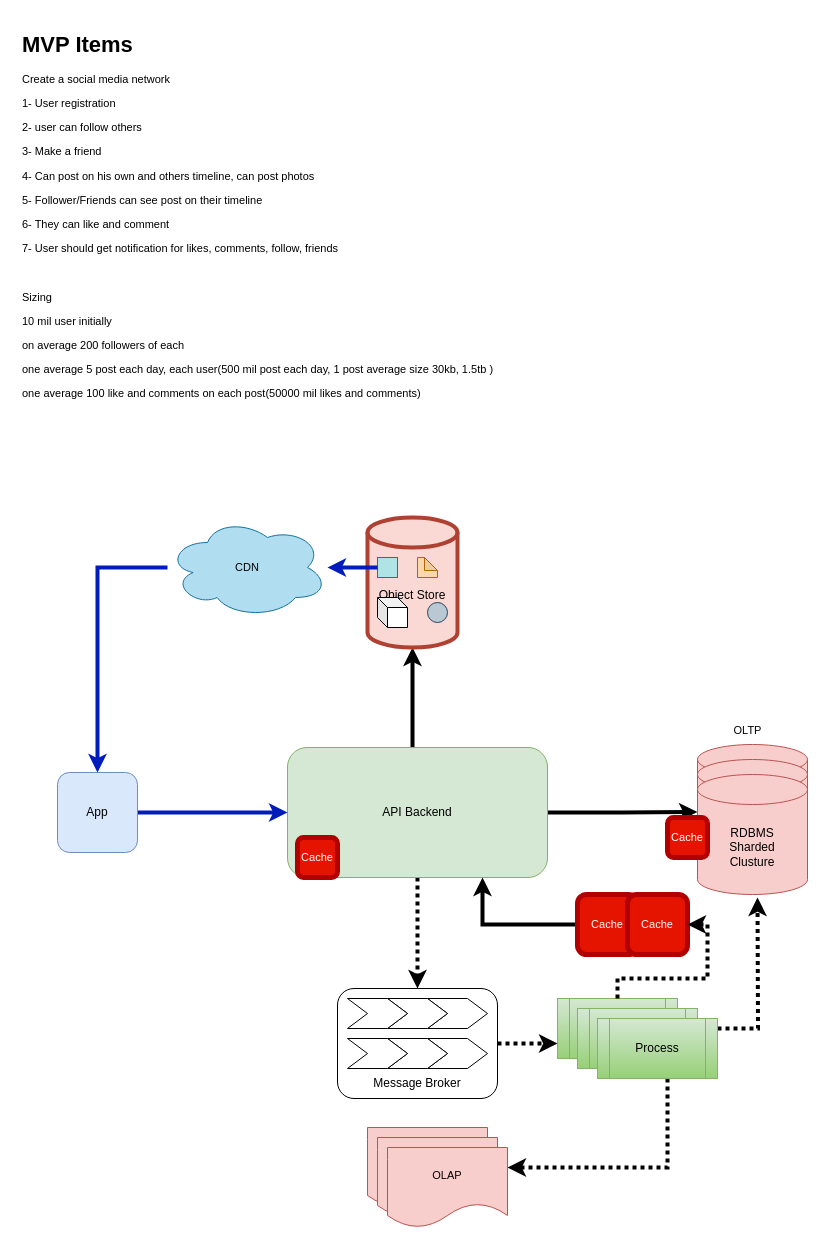
Above: page "HLD-Architecture" (1 of 8) of design/sns.drawio in sheelprabhakar/social-network (draw.io), before the change. Source tidied: cells renumbered, new cells numbered last; positions are measured from the earlier drawing's top-left corner, leaving out a move shared by most shapes. Both pictures are drawn from the tidied source at 100%, with x=0, y=0 at pixel (17, 27).
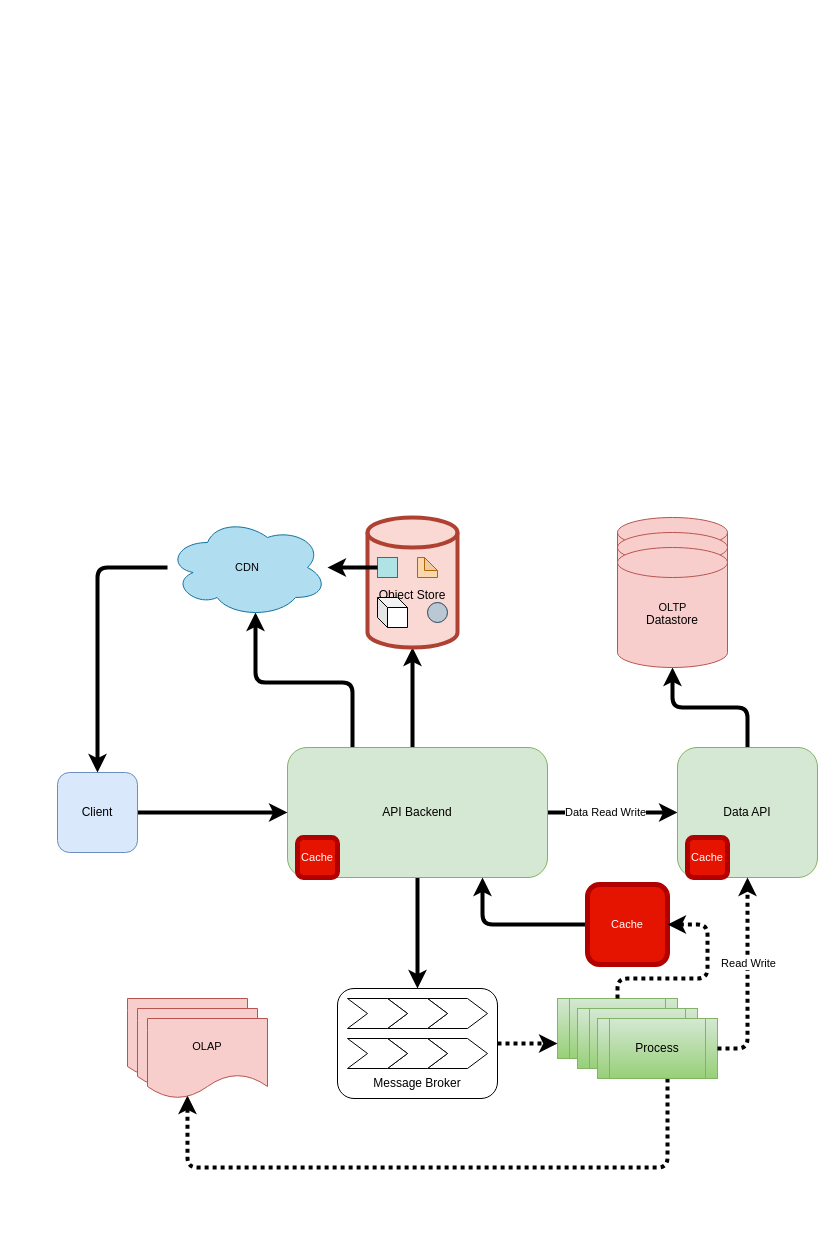
Above is the later version.

The change refers to these unchanged cells:
```xml
<mxCell id="6" value="API Backend" style="rounded=1;whiteSpace=wrap;html=1;fillColor=#d5e8d4;strokeColor=#82b366;" parent="1" vertex="1">
  <mxGeometry x="270" y="720" width="260" height="130" as="geometry" />
</mxCell>
<mxCell id="14" value="Object Store" style="shape=cylinder3;whiteSpace=wrap;html=1;boundedLbl=1;backgroundOutline=1;size=15;fillColor=#fad9d5;strokeColor=#ae4132;strokeWidth=4;" parent="13" vertex="1">
  <mxGeometry width="90" height="130" as="geometry" />
</mxCell>
<mxCell id="15" style="whiteSpace=wrap;html=1;fillColor=#b0e3e6;strokeColor=#0e8088;" parent="13" vertex="1">
  <mxGeometry x="10" y="40" width="20" height="20" as="geometry" />
</mxCell>
<mxCell id="20" style="rounded=1;whiteSpace=wrap;html=1;" parent="19" vertex="1">
  <mxGeometry width="160" height="110" as="geometry" />
</mxCell>
<mxCell id="31" style="group;" parent="1" vertex="1">
  <mxGeometry x="540" y="971" width="160" height="80" as="geometry" />
</mxCell>
<mxCell id="33" style="shape=process;whiteSpace=wrap;html=1;backgroundOutline=1;fillColor=#d5e8d4;gradientColor=#97d077;strokeColor=#82b366;" parent="31" vertex="1">
  <mxGeometry width="120" height="60" as="geometry" />
</mxCell>
<mxCell id="35" value="Process" style="shape=process;whiteSpace=wrap;html=1;backgroundOutline=1;fillColor=#d5e8d4;gradientColor=#97d077;strokeColor=#82b366;" parent="31" vertex="1">
  <mxGeometry x="40" y="20" width="120" height="60" as="geometry" />
</mxCell>
<mxCell id="40" value="OLAP" style="shape=document;whiteSpace=wrap;html=1;boundedLbl=1;fillColor=#f8cecc;strokeColor=#b85450;fontFamily=Helvetica;fontSize=11;fontColor=default;" parent="37" vertex="1">
  <mxGeometry x="20" y="20" width="120" height="80" as="geometry" />
</mxCell>
<mxCell id="42" value="CDN" style="ellipse;shape=cloud;whiteSpace=wrap;html=1;fillColor=#b1ddf0;strokeColor=#10739e;fontFamily=Helvetica;fontSize=11;fontColor=default;" parent="1" vertex="1">
  <mxGeometry x="150" y="490" width="160" height="100" as="geometry" />
</mxCell>
```

The edit, as a diff of the source:
```diff
@@
-    <mxCell id="2" style="edgeStyle=orthogonalEdgeStyle;rounded=0;jettySize=auto;html=1;entryX=0;entryY=0;entryDx=0;entryDy=37.5;entryPerimeter=0;strokeWidth=4;" parent="1" edge="1" source="6" target="12">
+    <mxCell id="2" style="edgeStyle=orthogonalEdgeStyle;rounded=1;jettySize=auto;html=1;entryX=0;entryY=0.5;entryDx=0;entryDy=0;strokeWidth=4;" parent="1" edge="1" source="6" target="55">
       <mxGeometry relative="1" as="geometry" />
     </mxCell>
+    <mxCell id="52" value="Data Read Write" style="edgeLabel;html=1;align=center;verticalAlign=middle;fontSize=11;fontFamily=Helvetica;fontColor=default;" parent="2" vertex="1">
+      <mxGeometry x="-0.12" y="1" relative="1" as="geometry" />
+    </mxCell>
-    <mxCell id="3" style="edgeStyle=orthogonalEdgeStyle;rounded=0;jettySize=auto;html=1;strokeWidth=4;dashed=1;dashPattern=1 1;" parent="1" edge="1" source="6" target="20">
+    <mxCell id="3" style="edgeStyle=orthogonalEdgeStyle;rounded=1;jettySize=auto;html=1;strokeWidth=4;" parent="1" edge="1" source="6" target="20">
       <mxGeometry relative="1" as="geometry" />
     </mxCell>
-    <mxCell id="4" style="edgeStyle=orthogonalEdgeStyle;shape=connector;rounded=0;jettySize=auto;html=1;entryX=0.5;entryY=1;entryDx=0;entryDy=0;entryPerimeter=0;labelBackgroundColor=default;strokeColor=default;strokeWidth=4;fontFamily=Helvetica;fontSize=11;fontColor=default;endArrow=classic;" parent="1" edge="1" source="6" target="14">
+    <mxCell id="4" style="edgeStyle=orthogonalEdgeStyle;shape=connector;rounded=1;jettySize=auto;html=1;entryX=0.5;entryY=1;entryDx=0;entryDy=0;entryPerimeter=0;labelBackgroundColor=default;strokeColor=default;strokeWidth=4;fontFamily=Helvetica;fontSize=11;fontColor=default;endArrow=classic;" parent="1" edge="1" source="6" target="14">
       <mxGeometry relative="1" as="geometry">
         <Array as="points">
           <mxPoint x="395" y="690" />
           <mxPoint x="395" y="690" />
         </Array>
       </mxGeometry>
     </mxCell>
-    <mxCell id="5" style="edgeStyle=orthogonalEdgeStyle;shape=connector;rounded=0;jettySize=auto;html=1;entryX=1;entryY=0.25;entryDx=0;entryDy=0;labelBackgroundColor=default;strokeColor=default;strokeWidth=4;fontFamily=Helvetica;fontSize=11;fontColor=default;endArrow=classic;dashed=1;dashPattern=1 1;" parent="1" edge="1" source="35" target="40">
+    <mxCell id="5" style="edgeStyle=orthogonalEdgeStyle;shape=connector;rounded=1;jettySize=auto;html=1;entryX=0.333;entryY=0.963;entryDx=0;entryDy=0;labelBackgroundColor=default;strokeColor=default;strokeWidth=4;fontFamily=Helvetica;fontSize=11;fontColor=default;endArrow=classic;dashed=1;dashPattern=1 1;entryPerimeter=0;" parent="1" edge="1" source="35" target="40">
       <mxGeometry relative="1" as="geometry">
         <Array as="points">
           <mxPoint x="650" y="1140" />
+          <mxPoint x="170" y="1140" />
         </Array>
       </mxGeometry>
     </mxCell>
+    <mxCell id="53" style="edgeStyle=orthogonalEdgeStyle;rounded=1;jettySize=auto;html=1;exitX=0.25;exitY=0;exitDx=0;exitDy=0;entryX=0.55;entryY=0.95;entryDx=0;entryDy=0;entryPerimeter=0;strokeWidth=4;" parent="1" edge="1" source="6" target="42">
+      <mxGeometry relative="1" as="geometry">
+        <Array as="points">
+          <mxPoint x="335" y="655" />
+          <mxPoint x="238" y="655" />
+        </Array>
+      </mxGeometry>
+    </mxCell>
@@
-    <mxCell id="7" style="edgeStyle=orthogonalEdgeStyle;rounded=0;jettySize=auto;html=1;entryX=0;entryY=0.5;entryDx=0;entryDy=0;strokeWidth=4;fillColor=#0050ef;strokeColor=#001DBC;" parent="1" edge="1" source="8" target="6">
+    <mxCell id="7" style="edgeStyle=orthogonalEdgeStyle;rounded=1;jettySize=auto;html=1;entryX=0;entryY=0.5;entryDx=0;entryDy=0;strokeWidth=4;fillColor=#0050ef;strokeColor=#000000;" parent="1" edge="1" source="8" target="6">
       <mxGeometry relative="1" as="geometry" />
     </mxCell>
-    <mxCell id="8" value="App" style="whiteSpace=wrap;html=1;rounded=1;fillColor=#dae8fc;strokeColor=#6c8ebf;" parent="1" vertex="1">
+    <mxCell id="8" value="Client" style="whiteSpace=wrap;html=1;rounded=1;fillColor=#dae8fc;strokeColor=#6c8ebf;" parent="1" vertex="1">
       <mxGeometry x="40" y="745" width="80" height="80" as="geometry" />
     </mxCell>
     <mxCell id="9" style="group;" parent="1" vertex="1">
-      <mxGeometry x="680" y="717" width="110" height="150" as="geometry" />
+      <mxGeometry x="600" y="490" width="110" height="150" as="geometry" />
     </mxCell>
@@
-    <mxCell id="12" value="RDBMS &lt;br&gt;Sharded&lt;br&gt;Clusture" style="shape=cylinder3;whiteSpace=wrap;html=1;boundedLbl=1;backgroundOutline=1;size=15;fillColor=#f8cecc;strokeColor=#b85450;" parent="9" vertex="1">
+    <mxCell id="12" value="Datastore" style="shape=cylinder3;whiteSpace=wrap;html=1;boundedLbl=1;backgroundOutline=1;size=15;fillColor=#f8cecc;strokeColor=#b85450;" parent="9" vertex="1">
       <mxGeometry y="30" width="110" height="120" as="geometry" />
     </mxCell>
+    <mxCell id="51" value="OLTP" style="text;html=1;align=center;verticalAlign=middle;strokeColor=none;fillColor=none;fontSize=11;fontFamily=Helvetica;fontColor=default;" parent="9" vertex="1">
+      <mxGeometry x="30" y="75" width="50" height="30" as="geometry" />
+    </mxCell>
@@
-    <mxCell id="32" style="edgeStyle=orthogonalEdgeStyle;shape=connector;rounded=0;jettySize=auto;html=1;labelBackgroundColor=default;strokeColor=default;strokeWidth=4;fontFamily=Helvetica;fontSize=11;fontColor=default;endArrow=classic;dashed=1;dashPattern=1 1;" parent="31" edge="1" source="33">
-      <mxGeometry relative="1" as="geometry">
-        <mxPoint x="200" y="-101" as="targetPoint" />
-      </mxGeometry>
-    </mxCell>
@@
-    <mxCell id="36" style="edgeStyle=orthogonalEdgeStyle;rounded=0;jettySize=auto;html=1;entryX=0;entryY=0.75;entryDx=0;entryDy=0;strokeWidth=4;dashed=1;dashPattern=1 1;" parent="1" edge="1" source="20" target="33">
+    <mxCell id="36" style="edgeStyle=orthogonalEdgeStyle;rounded=1;jettySize=auto;html=1;entryX=0;entryY=0.75;entryDx=0;entryDy=0;strokeWidth=4;dashed=1;dashPattern=1 1;" parent="1" edge="1" source="20" target="33">
       <mxGeometry relative="1" as="geometry" />
     </mxCell>
     <mxCell id="37" style="group;fontFamily=Helvetica;fontSize=11;fontColor=default;" parent="1" vertex="1">
-      <mxGeometry x="350" y="1100" width="140" height="100" as="geometry" />
+      <mxGeometry x="110" y="971" width="140" height="100" as="geometry" />
     </mxCell>
@@
-    <mxCell id="41" style="edgeStyle=orthogonalEdgeStyle;shape=connector;rounded=0;jettySize=auto;html=1;entryX=0.5;entryY=0;entryDx=0;entryDy=0;labelBackgroundColor=default;strokeColor=#001DBC;strokeWidth=4;fontFamily=Helvetica;fontSize=11;fontColor=default;endArrow=classic;fillColor=#0050ef;" parent="1" edge="1" source="42" target="8">
+    <mxCell id="41" style="edgeStyle=orthogonalEdgeStyle;shape=connector;rounded=1;jettySize=auto;html=1;entryX=0.5;entryY=0;entryDx=0;entryDy=0;labelBackgroundColor=default;strokeColor=#000000;strokeWidth=4;fontFamily=Helvetica;fontSize=11;fontColor=default;endArrow=classic;fillColor=#0050ef;" parent="1" edge="1" source="42" target="8">
       <mxGeometry relative="1" as="geometry" />
     </mxCell>
@@
-    <mxCell id="43" style="edgeStyle=orthogonalEdgeStyle;shape=connector;rounded=0;jettySize=auto;html=1;labelBackgroundColor=default;strokeColor=#001DBC;strokeWidth=4;fontFamily=Helvetica;fontSize=11;fontColor=default;endArrow=classic;fillColor=#0050ef;" parent="1" edge="1" source="15" target="42">
+    <mxCell id="43" style="edgeStyle=orthogonalEdgeStyle;shape=connector;rounded=1;jettySize=auto;html=1;labelBackgroundColor=default;strokeColor=#000000;strokeWidth=4;fontFamily=Helvetica;fontSize=11;fontColor=default;endArrow=classic;fillColor=#0050ef;" parent="1" edge="1" source="15" target="42">
       <mxGeometry relative="1" as="geometry" />
     </mxCell>
@@
-    <mxCell id="45" value="Cache" style="whiteSpace=wrap;html=1;rounded=1;fillColor=#e51400;fontColor=#ffffff;strokeColor=#B20000;strokeWidth=5;fontFamily=Helvetica;fontSize=11;" parent="1" vertex="1">
-      <mxGeometry x="650" y="790" width="40" height="40" as="geometry" />
-    </mxCell>
-    <mxCell id="46" value="&lt;h1&gt;MVP Items&lt;/h1&gt;&lt;p&gt;Create a social media network&lt;/p&gt;&lt;p&gt;1- User registration&lt;/p&gt;&lt;p&gt;2- user can follow others&lt;/p&gt;&lt;p&gt;3- Make a friend&lt;/p&gt;&lt;p&gt;4- Can post on his own and others timeline, can post photos&lt;/p&gt;&lt;p&gt;5- Follower/Friends can see post on their timeline&lt;/p&gt;&lt;p&gt;6- They can like and comment&lt;/p&gt;&lt;p&gt;7- User should get notification for likes, comments, follow, friends&lt;/p&gt;&lt;p&gt;&lt;br&gt;&lt;/p&gt;&lt;p&gt;Sizing&lt;/p&gt;&lt;p&gt;10 mil user initially&lt;/p&gt;&lt;p&gt;on average 200 followers of each&lt;/p&gt;&lt;p&gt;one average 5 post each day, each user(500 mil post each day, 1 post average size 30kb, 1.5tb )&lt;/p&gt;&lt;p&gt;one average 100 like and comments on each post(50000 mil likes and comments)&lt;/p&gt;&lt;p&gt;&lt;br&gt;&lt;/p&gt;" style="text;html=1;strokeColor=none;fillColor=none;spacing=5;spacingTop=-20;whiteSpace=wrap;overflow=hidden;rounded=0;fontSize=11;fontFamily=Helvetica;fontColor=default;" parent="1" vertex="1">
-      <mxGeometry width="770" height="420" as="geometry" />
-    </mxCell>
-    <mxCell id="47" style="edgeStyle=orthogonalEdgeStyle;rounded=0;jettySize=auto;html=1;entryX=0.75;entryY=1;entryDx=0;entryDy=0;targetPerimeterSpacing=0;strokeWidth=4;" parent="1" edge="1" source="48" target="6">
+    <mxCell id="47" style="edgeStyle=orthogonalEdgeStyle;rounded=1;jettySize=auto;html=1;entryX=0.75;entryY=1;entryDx=0;entryDy=0;targetPerimeterSpacing=0;strokeWidth=4;exitX=0;exitY=0.5;exitDx=0;exitDy=0;" parent="1" edge="1" source="49" target="6">
       <mxGeometry relative="1" as="geometry" />
     </mxCell>
-    <mxCell id="48" value="Cache" style="whiteSpace=wrap;html=1;rounded=1;fillColor=#e51400;fontColor=#ffffff;strokeColor=#B20000;strokeWidth=5;fontFamily=Helvetica;fontSize=11;" parent="1" vertex="1">
-      <mxGeometry x="560" y="867" width="60" height="60" as="geometry" />
-    </mxCell>
     <mxCell id="49" value="Cache" style="whiteSpace=wrap;html=1;rounded=1;fillColor=#e51400;fontColor=#ffffff;strokeColor=#B20000;strokeWidth=5;fontFamily=Helvetica;fontSize=11;" parent="1" vertex="1">
-      <mxGeometry x="610" y="867" width="60" height="60" as="geometry" />
+      <mxGeometry x="570" y="857" width="80" height="80" as="geometry" />
     </mxCell>
-    <mxCell id="50" style="edgeStyle=orthogonalEdgeStyle;rounded=0;jettySize=auto;html=1;strokeWidth=4;dashed=1;dashPattern=1 1;exitX=0.5;exitY=0;exitDx=0;exitDy=0;entryX=1;entryY=0.5;entryDx=0;entryDy=0;" parent="1" edge="1" source="33" target="49">
+    <mxCell id="50" style="edgeStyle=orthogonalEdgeStyle;rounded=1;jettySize=auto;html=1;strokeWidth=4;dashed=1;dashPattern=1 1;exitX=0.5;exitY=0;exitDx=0;exitDy=0;entryX=1;entryY=0.5;entryDx=0;entryDy=0;" parent="1" edge="1" source="33" target="49">
       <mxGeometry relative="1" as="geometry">
         <Array as="points">
           <mxPoint x="600" y="951" />
           <mxPoint x="690" y="951" />
           <mxPoint x="690" y="897" />
         </Array>
       </mxGeometry>
     </mxCell>
-    <mxCell id="51" value="OLTP" style="text;html=1;align=center;verticalAlign=middle;strokeColor=none;fillColor=none;fontSize=11;fontFamily=Helvetica;fontColor=default;" parent="1" vertex="1">
-      <mxGeometry x="705" y="688" width="50" height="30" as="geometry" />
-    </mxCell>
+    <mxCell id="54" style="edgeStyle=orthogonalEdgeStyle;rounded=1;jettySize=auto;html=1;entryX=0.5;entryY=1;entryDx=0;entryDy=0;entryPerimeter=0;strokeWidth=4;" parent="1" edge="1" source="55" target="12">
+      <mxGeometry relative="1" as="geometry">
+        <Array as="points">
+          <mxPoint x="730" y="680" />
+          <mxPoint x="655" y="680" />
+        </Array>
+      </mxGeometry>
+    </mxCell>
+    <mxCell id="55" value="Data API" style="rounded=1;whiteSpace=wrap;html=1;fillColor=#d5e8d4;strokeColor=#82b366;" parent="1" vertex="1">
+      <mxGeometry x="660" y="720" width="140" height="130" as="geometry" />
+    </mxCell>
+    <mxCell id="32" style="edgeStyle=orthogonalEdgeStyle;shape=connector;rounded=1;jettySize=auto;html=1;labelBackgroundColor=default;strokeColor=default;strokeWidth=4;fontFamily=Helvetica;fontSize=11;fontColor=default;endArrow=classic;dashed=1;dashPattern=1 1;entryX=0.5;entryY=1;entryDx=0;entryDy=0;exitX=1;exitY=0.5;exitDx=0;exitDy=0;" parent="1" edge="1" source="35" target="55">
+      <mxGeometry relative="1" as="geometry" />
+    </mxCell>
+    <mxCell id="56" value="Read Write" style="edgeLabel;html=1;align=center;verticalAlign=middle;fontSize=11;fontFamily=Helvetica;fontColor=default;" parent="32" vertex="1">
+      <mxGeometry x="0.15" relative="1" as="geometry" />
+    </mxCell>
+    <mxCell id="45" value="Cache" style="whiteSpace=wrap;html=1;rounded=1;fillColor=#e51400;fontColor=#ffffff;strokeColor=#B20000;strokeWidth=5;fontFamily=Helvetica;fontSize=11;" parent="1" vertex="1">
+      <mxGeometry x="670" y="810" width="40" height="40" as="geometry" />
+    </mxCell>
```
